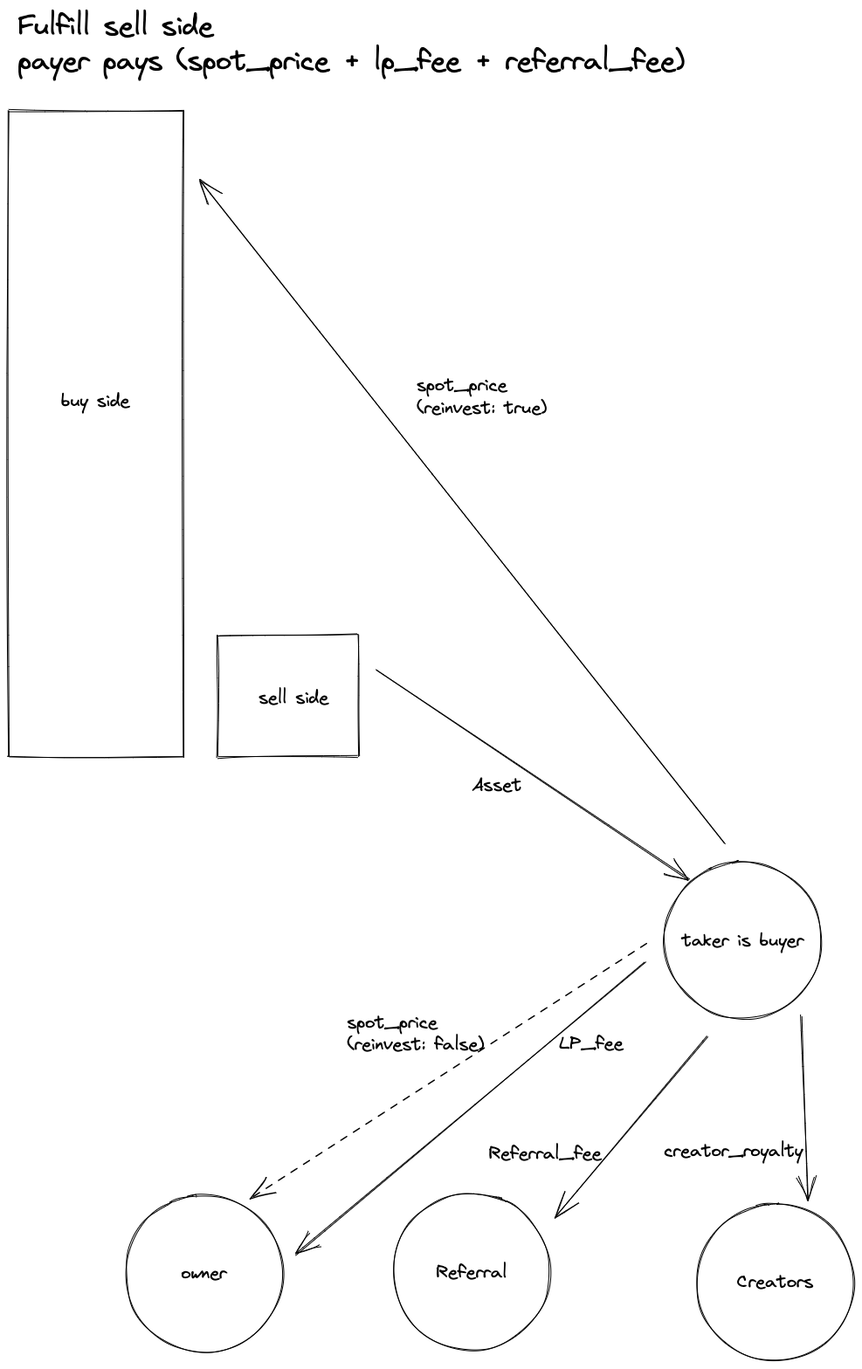
This is docs/fulfill_sell.excalidraw.png from me-foundation/mmm, a Excalidraw export, as it was before one commit. Source tidied: one line per element, renumbered; positions are measured from the earlier drawing's top-left corner, leaving out a move shared by most shapes.
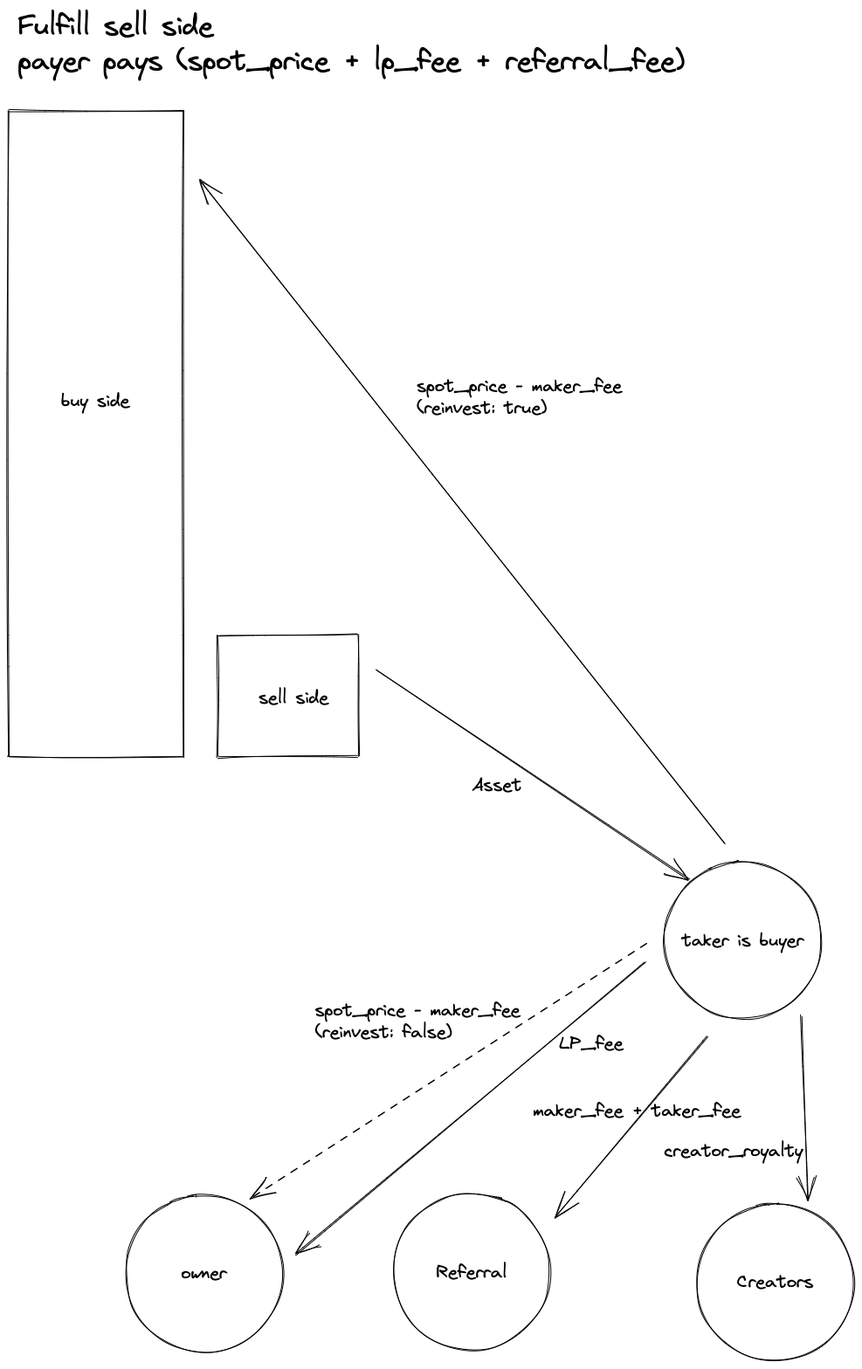
Later version of the same file.

The edit, as a diff of the source:
```diff
@@ -6,7 +6,7 @@
 {"id": 5, "type": "text", "text": "owner", "strokeColor": "#000000", "strokeWidth": 1, "roughness": 1, "fontSize": 20, "fontFamily": 1, "textAlign": "center", "verticalAlign": "middle", "inside": 4, "x": 197, "y": 1436, "width": 54, "height": 25}
 {"id": 6, "type": "ellipse", "strokeColor": "#000000", "strokeWidth": 1, "roughness": 1, "x": 750, "y": 977, "width": 180, "height": 180}
 {"id": 7, "type": "text", "text": "taker is buyer", "strokeColor": "#000000", "strokeWidth": 1, "roughness": 1, "fontSize": 20, "fontFamily": 1, "textAlign": "center", "verticalAlign": "middle", "inside": 6, "x": 756, "y": 1055, "width": 170, "height": 25}
-{"id": 8, "type": "text", "text": "spot_price\n(reinvest: true)", "strokeColor": "#000000", "strokeWidth": 1, "roughness": 1, "fontSize": 20, "fontFamily": 1, "x": 467, "y": 420, "width": 150, "height": 51}
+{"id": 8, "type": "text", "text": "spot_price - maker_fee\n(reinvest: true)", "strokeColor": "#000000", "strokeWidth": 1, "roughness": 1, "fontSize": 20, "fontFamily": 1, "x": 467, "y": 420, "width": 236, "height": 50}
 {"id": 9, "type": "text", "text": "Asset", "strokeColor": "#000000", "strokeWidth": 1, "roughness": 1, "fontSize": 20, "fontFamily": 1, "x": 530, "y": 877, "width": 58, "height": 25}
 {"id": 10, "type": "arrow", "strokeColor": "#000000", "strokeWidth": 1, "roughness": 1, "endArrowhead": "arrow", "from": 6, "to": 4, "x": 728, "y": 1091, "width": 401, "height": 337, "points": [[0, 0], [-401, 337]]}
 {"id": 11, "type": "text", "text": "LP_fee", "strokeColor": "#000000", "strokeWidth": 1, "roughness": 1, "fontSize": 20, "fontFamily": 1, "x": 630, "y": 1173, "width": 75, "height": 25}
@@ -15,9 +15,9 @@
 {"id": 14, "type": "ellipse", "strokeColor": "#000000", "strokeWidth": 1, "roughness": 1, "x": 440, "y": 1357, "width": 180, "height": 180}
 {"id": 15, "type": "text", "text": "Referral", "strokeColor": "#000000", "strokeWidth": 1, "roughness": 1, "fontSize": 20, "fontFamily": 1, "textAlign": "center", "verticalAlign": "middle", "inside": 14, "x": 488, "y": 1435, "width": 83, "height": 25}
 {"id": 16, "type": "arrow", "strokeColor": "#000000", "strokeWidth": 1, "roughness": 1, "endArrowhead": "arrow", "from": 6, "to": 14, "x": 800, "y": 1177, "width": 172, "height": 205, "points": [[0, 0], [-172, 205]]}
-{"id": 17, "type": "text", "text": "Referral_fee", "strokeColor": "#000000", "strokeWidth": 1, "roughness": 1, "fontSize": 20, "fontFamily": 1, "x": 550, "y": 1299, "width": 131, "height": 25}
+{"id": 17, "type": "text", "text": "maker_fee + taker_fee", "strokeColor": "#000000", "strokeWidth": 1, "roughness": 1, "fontSize": 20, "fontFamily": 1, "x": 600, "y": 1250, "width": 240, "height": 25}
 {"id": 18, "type": "arrow", "strokeColor": "#000000", "strokeWidth": 1, "strokeStyle": "dashed", "roughness": 1, "endArrowhead": "arrow", "from": 6, "to": 4, "x": 730, "y": 1072, "width": 453, "height": 289, "points": [[0, 0], [-453, 289]]}
-{"id": 19, "type": "text", "text": "spot_price\n(reinvest: false)", "strokeColor": "#000000", "strokeWidth": 1, "roughness": 1, "fontSize": 20, "fontFamily": 1, "x": 387, "y": 1149, "width": 158, "height": 51}
+{"id": 19, "type": "text", "text": "spot_price - maker_fee\n(reinvest: false)", "strokeColor": "#000000", "strokeWidth": 1, "roughness": 1, "fontSize": 20, "fontFamily": 1, "x": 351, "y": 1135, "width": 236, "height": 50}
 {"id": 20, "type": "text", "text": "Fulfill sell side\npayer pays (spot_price + lp_fee + referral_fee)", "strokeColor": "#000000", "strokeWidth": 1, "strokeStyle": "dashed", "roughness": 1, "fontSize": 31.4, "fontFamily": 1, "x": 10, "y": 0, "width": 765, "height": 80}
 {"id": 21, "type": "ellipse", "strokeColor": "#000000", "strokeWidth": 1, "roughness": 1, "x": 788, "y": 1369, "width": 180, "height": 180}
 {"id": 22, "type": "text", "text": "Creators", "strokeColor": "#000000", "strokeWidth": 1, "roughness": 1, "fontSize": 20, "fontFamily": 1, "textAlign": "center", "verticalAlign": "middle", "inside": 21, "x": 793, "y": 1446, "width": 170, "height": 25}
```
